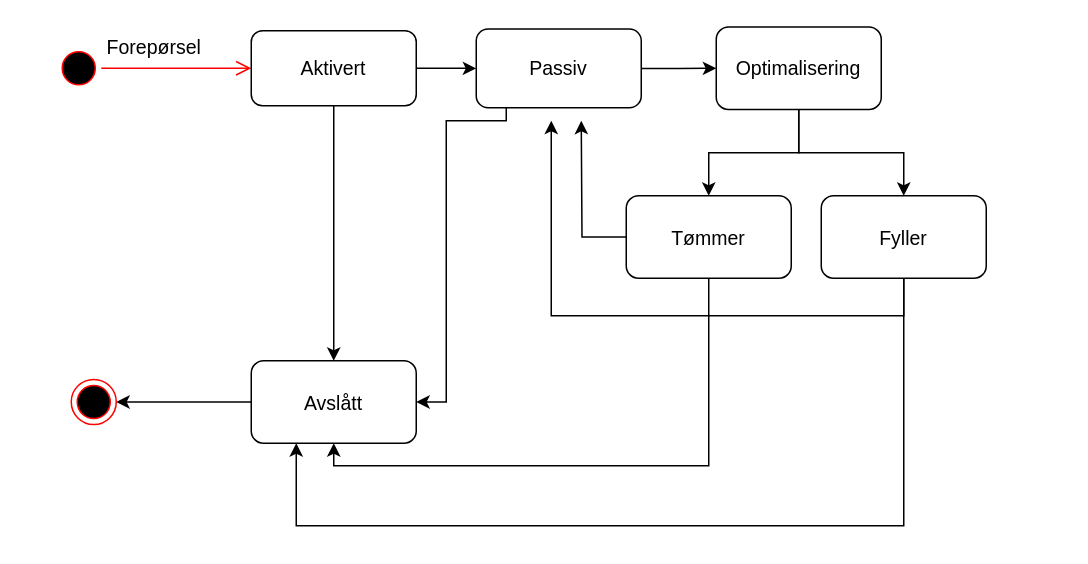
The draw.io diagram page "Tilstandsdiagram" (4 of 4) of UML.drawio in USN-Gjengen/APP2000_Gruppe06_Solvann-Driftsystem, before the edit. Source tidied: cells renumbered, new cells numbered last; positions are measured from the earlier drawing's top-left corner, leaving out a move shared by most shapes. Both pictures are drawn from the tidied source at 150%, with x=0, y=0 at pixel (56, 27).
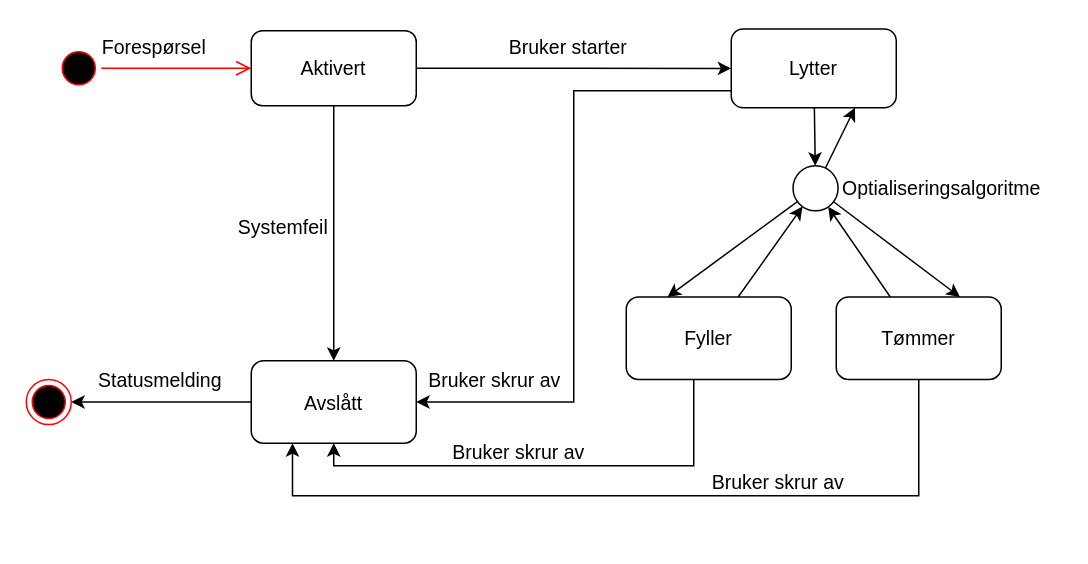
Above is the later version.

Unchanged cells that the change refers to:
```xml
<mxCell id="3" style="edgeStyle=orthogonalEdgeStyle;html=1;verticalAlign=bottom;endArrow=open;endSize=8;strokeColor=#ff0000;rounded=0;fontSize=13;" parent="1" edge="1" source="2">
  <mxGeometry relative="1" as="geometry">
    <mxPoint x="130" y="27" as="targetPoint" />
  </mxGeometry>
</mxCell>
<mxCell id="5" style="edgeStyle=orthogonalEdgeStyle;rounded=0;jettySize=auto;html=1;fontSize=13;" parent="1" edge="1" source="7" target="15">
  <mxGeometry relative="1" as="geometry" />
</mxCell>
<mxCell id="6" style="edgeStyle=orthogonalEdgeStyle;rounded=0;jettySize=auto;html=1;fontSize=13;" parent="1" edge="1" source="7" target="9">
  <mxGeometry relative="1" as="geometry" />
</mxCell>
<mxCell id="8" style="edgeStyle=orthogonalEdgeStyle;rounded=0;jettySize=auto;html=1;entryX=1;entryY=0.5;entryDx=0;entryDy=0;fontSize=13;" parent="1" edge="1" source="9" target="22">
  <mxGeometry relative="1" as="geometry" />
</mxCell>
<mxCell id="9" value="Avslått" style="rounded=1;whiteSpace=wrap;html=1;fontSize=13;" parent="1" vertex="1">
  <mxGeometry x="130" y="222" width="110" height="55" as="geometry" />
</mxCell>
```

Diff of the diagram source:
```diff
@@
-    <mxCell id="4" value="Forepørsel" style="edgeLabel;html=1;align=center;verticalAlign=middle;fontSize=13;" parent="3" vertex="1">
+    <mxCell id="4" value="Forespørsel" style="edgeLabel;html=1;align=center;verticalAlign=middle;fontSize=13;" parent="3" vertex="1">
       <mxGeometry x="-0.6" y="-1" relative="1" as="geometry">
         <mxPoint x="14" y="-16" as="offset" />
       </mxGeometry>
     </mxCell>
@@
+    <mxCell id="23" value="Bruker starter" style="edgeLabel;html=1;align=center;verticalAlign=middle;fontSize=13;" parent="5" vertex="1">
+      <mxGeometry x="-0.27" y="3" relative="1" as="geometry">
+        <mxPoint x="23" y="-12" as="offset" />
+      </mxGeometry>
+    </mxCell>
@@
+    <mxCell id="24" value="Systemfeil" style="edgeLabel;html=1;align=center;verticalAlign=middle;fontSize=13;" parent="6" vertex="1">
+      <mxGeometry x="-0.15" relative="1" as="geometry">
+        <mxPoint x="-35" y="8" as="offset" />
+      </mxGeometry>
+    </mxCell>
@@
+    <mxCell id="25" value="Statusmelding" style="edgeLabel;html=1;align=center;verticalAlign=middle;fontSize=13;" parent="8" vertex="1">
+      <mxGeometry x="0.22" y="-1" relative="1" as="geometry">
+        <mxPoint x="11" y="-14" as="offset" />
+      </mxGeometry>
+    </mxCell>
@@
-    <mxCell id="10" style="edgeStyle=orthogonalEdgeStyle;rounded=0;jettySize=auto;html=1;entryX=0.5;entryY=0;entryDx=0;entryDy=0;fontSize=13;" parent="1" edge="1" source="12" target="18">
-      <mxGeometry relative="1" as="geometry" />
-    </mxCell>
-    <mxCell id="11" style="edgeStyle=orthogonalEdgeStyle;rounded=0;jettySize=auto;html=1;fontSize=13;" parent="1" edge="1" source="12" target="21">
-      <mxGeometry relative="1" as="geometry" />
-    </mxCell>
-    <mxCell id="12" value="Optimalisering" style="rounded=1;whiteSpace=wrap;html=1;fontSize=13;" parent="1" vertex="1">
-      <mxGeometry x="440" y="-0.5" width="110" height="55" as="geometry" />
-    </mxCell>
-    <mxCell id="13" style="edgeStyle=orthogonalEdgeStyle;rounded=0;jettySize=auto;html=1;entryX=0;entryY=0.5;entryDx=0;entryDy=0;fontSize=13;" parent="1" edge="1" source="15" target="12">
-      <mxGeometry relative="1" as="geometry" />
-    </mxCell>
     <mxCell id="14" style="edgeStyle=orthogonalEdgeStyle;rounded=0;jettySize=auto;html=1;entryX=1;entryY=0.5;entryDx=0;entryDy=0;fontSize=13;" parent="1" edge="1" source="15" target="9">
       <mxGeometry relative="1" as="geometry">
         <Array as="points">
-          <mxPoint x="300" y="62" />
-          <mxPoint x="260" y="62" />
-          <mxPoint x="260" y="250" />
+          <mxPoint x="345" y="42" />
+          <mxPoint x="345" y="250" />
         </Array>
       </mxGeometry>
     </mxCell>
+    <mxCell id="26" value="Bruker skrur av" style="edgeLabel;html=1;align=center;verticalAlign=middle;fontSize=13;" parent="14" vertex="1">
+      <mxGeometry x="0.8" y="2" relative="1" as="geometry">
+        <mxPoint x="10" y="-17" as="offset" />
+      </mxGeometry>
+    </mxCell>
+    <mxCell id="27" style="edgeStyle=none;rounded=0;jettySize=auto;html=1;fontSize=13;" parent="1" edge="1" source="15" target="35">
+      <mxGeometry relative="1" as="geometry" />
+    </mxCell>
-    <mxCell id="15" value="Passiv" style="rounded=1;whiteSpace=wrap;html=1;fontSize=13;" parent="1" vertex="1">
-      <mxGeometry x="280" y="0.8" width="110" height="52.5" as="geometry" />
+    <mxCell id="15" value="Lytter" style="rounded=1;whiteSpace=wrap;html=1;fontSize=13;" parent="1" vertex="1">
+      <mxGeometry x="450" y="0.8" width="110" height="52.5" as="geometry" />
     </mxCell>
-    <mxCell id="16" style="edgeStyle=orthogonalEdgeStyle;rounded=0;jettySize=auto;html=1;fontSize=13;" parent="1" edge="1" source="18">
-      <mxGeometry relative="1" as="geometry">
-        <mxPoint x="330" y="62" as="targetPoint" />
-        <Array as="points">
-          <mxPoint x="565" y="192" />
-          <mxPoint x="330" y="192" />
-          <mxPoint x="330" y="112" />
-        </Array>
-      </mxGeometry>
-    </mxCell>
-    <mxCell id="17" style="edgeStyle=orthogonalEdgeStyle;rounded=0;jettySize=auto;html=1;fontSize=13;" parent="1" edge="1" source="18" target="9">
+    <mxCell id="17" style="edgeStyle=orthogonalEdgeStyle;rounded=0;jettySize=auto;html=1;entryX=0.5;entryY=1;entryDx=0;entryDy=0;fontSize=13;" parent="1" edge="1" source="18" target="9">
       <mxGeometry relative="1" as="geometry">
         <Array as="points">
-          <mxPoint x="565" y="332" />
-          <mxPoint x="160" y="332" />
+          <mxPoint x="425" y="292" />
+          <mxPoint x="185" y="292" />
         </Array>
       </mxGeometry>
     </mxCell>
+    <mxCell id="28" value="Bruker skrur av" style="edgeLabel;html=1;align=center;verticalAlign=middle;fontSize=13;" parent="17" vertex="1">
+      <mxGeometry x="0.15" relative="1" as="geometry">
+        <mxPoint x="5" y="-10" as="offset" />
+      </mxGeometry>
+    </mxCell>
+    <mxCell id="29" style="rounded=0;jettySize=auto;html=1;fontSize=13;" parent="1" edge="1" source="18" target="35">
+      <mxGeometry relative="1" as="geometry" />
+    </mxCell>
     <mxCell id="18" value="Fyller" style="rounded=1;whiteSpace=wrap;html=1;fontSize=13;" parent="1" vertex="1">
-      <mxGeometry x="510" y="112" width="110" height="55" as="geometry" />
+      <mxGeometry x="380" y="179.5" width="110" height="55" as="geometry" />
     </mxCell>
-    <mxCell id="19" style="edgeStyle=orthogonalEdgeStyle;rounded=0;jettySize=auto;html=1;fontSize=13;" parent="1" edge="1" source="21">
-      <mxGeometry relative="1" as="geometry">
-        <mxPoint x="350" y="62" as="targetPoint" />
-      </mxGeometry>
-    </mxCell>
-    <mxCell id="20" style="edgeStyle=orthogonalEdgeStyle;rounded=0;jettySize=auto;html=1;fontSize=13;" parent="1" edge="1" source="21" target="9">
+    <mxCell id="20" style="edgeStyle=orthogonalEdgeStyle;rounded=0;jettySize=auto;html=1;entryX=0.25;entryY=1;entryDx=0;entryDy=0;fontSize=13;" parent="1" edge="1" source="21" target="9">
       <mxGeometry relative="1" as="geometry">
         <Array as="points">
-          <mxPoint x="435" y="292" />
-          <mxPoint x="185" y="292" />
+          <mxPoint x="575" y="312" />
+          <mxPoint x="158" y="312" />
         </Array>
       </mxGeometry>
     </mxCell>
+    <mxCell id="30" value="Bruker skrur av" style="edgeLabel;html=1;align=center;verticalAlign=middle;fontSize=13;" parent="20" vertex="1">
+      <mxGeometry x="-0.14" y="-4" relative="1" as="geometry">
+        <mxPoint x="56" y="-6" as="offset" />
+      </mxGeometry>
+    </mxCell>
+    <mxCell id="31" style="edgeStyle=none;rounded=0;jettySize=auto;html=1;fontSize=13;" parent="1" edge="1" source="21" target="35">
+      <mxGeometry relative="1" as="geometry" />
+    </mxCell>
     <mxCell id="21" value="Tømmer" style="rounded=1;whiteSpace=wrap;html=1;fontSize=13;" parent="1" vertex="1">
-      <mxGeometry x="380" y="112" width="110" height="55" as="geometry" />
+      <mxGeometry x="520" y="179.5" width="110" height="55" as="geometry" />
     </mxCell>
     <mxCell id="22" style="ellipse;html=1;shape=endState;fillColor=#000000;strokeColor=#ff0000;fontSize=13;" parent="1" vertex="1">
-      <mxGeometry x="10" y="234.5" width="30" height="30" as="geometry" />
+      <mxGeometry x="-20" y="234.5" width="30" height="30" as="geometry" />
     </mxCell>
+    <mxCell id="32" style="edgeStyle=none;rounded=0;jettySize=auto;html=1;entryX=0.75;entryY=1;entryDx=0;entryDy=0;fontSize=13;" parent="1" edge="1" source="35" target="15">
+      <mxGeometry relative="1" as="geometry" />
+    </mxCell>
+    <mxCell id="33" style="edgeStyle=none;rounded=0;jettySize=auto;html=1;entryX=0.25;entryY=0;entryDx=0;entryDy=0;fontSize=13;" parent="1" edge="1" source="35" target="18">
+      <mxGeometry relative="1" as="geometry" />
+    </mxCell>
+    <mxCell id="34" style="edgeStyle=none;rounded=0;jettySize=auto;html=1;entryX=0.75;entryY=0;entryDx=0;entryDy=0;fontSize=13;" parent="1" edge="1" source="35" target="21">
+      <mxGeometry relative="1" as="geometry" />
+    </mxCell>
+    <mxCell id="35" style="ellipse;whiteSpace=wrap;html=1;fontSize=13;" parent="1" vertex="1">
+      <mxGeometry x="491.2" y="92" width="30" height="30" as="geometry" />
+    </mxCell>
+    <mxCell id="36" value="Optialiseringsalgoritme" style="text;html=1;align=center;verticalAlign=middle;strokeColor=none;fillColor=none;fontSize=13;" parent="1" vertex="1">
+      <mxGeometry x="510" y="92" width="160" height="30" as="geometry" />
+    </mxCell>
```
